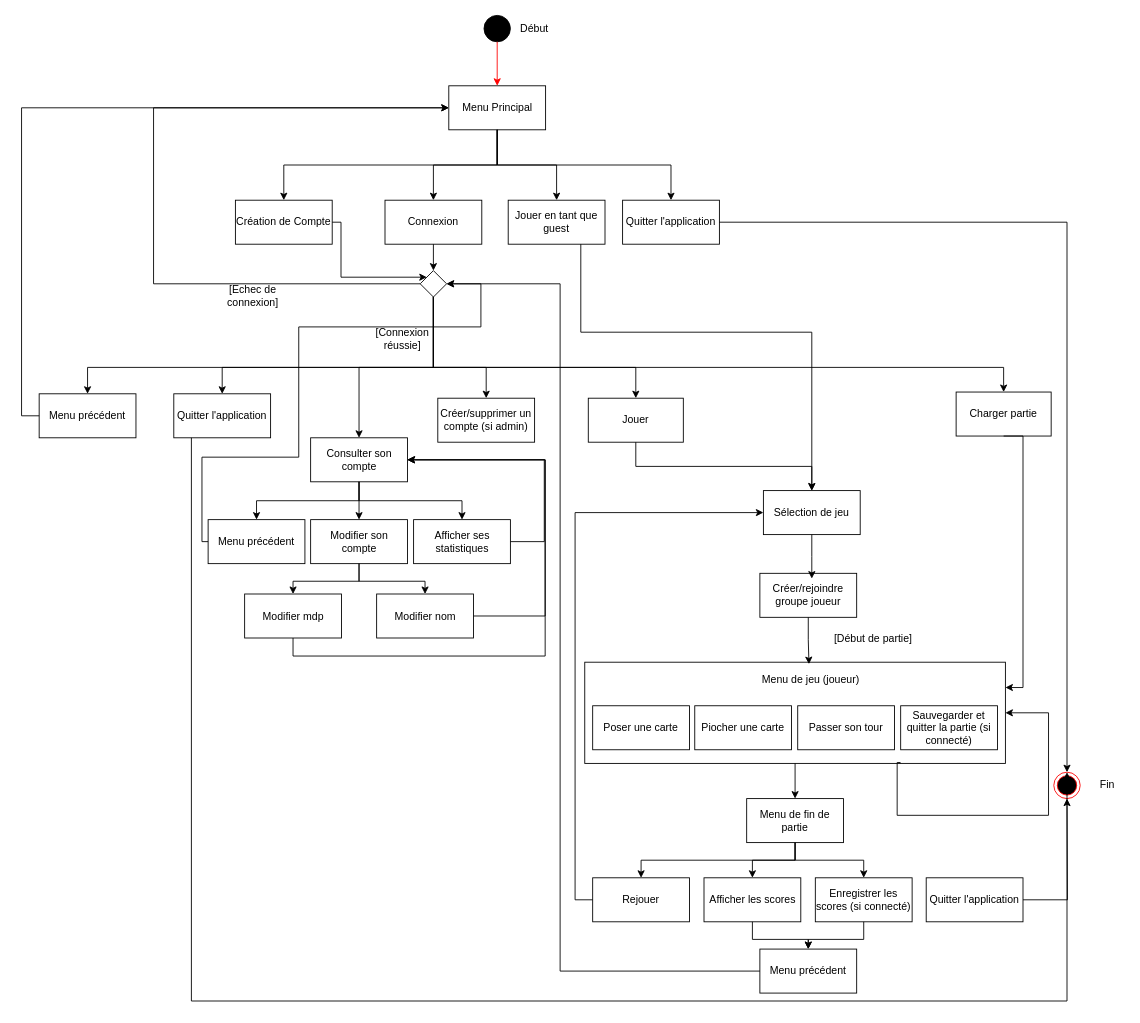
The draw.io diagram Diagrams/Activity Diagram.drawio in MailineN/ProjetInfo2A, before the edit. Source tidied: cells renumbered, new cells numbered last; positions are measured from the earlier drawing's top-left corner, leaving out a move shared by most shapes. Both pictures are drawn from the tidied source at 88%, with x=0, y=0 at pixel (39, 15).
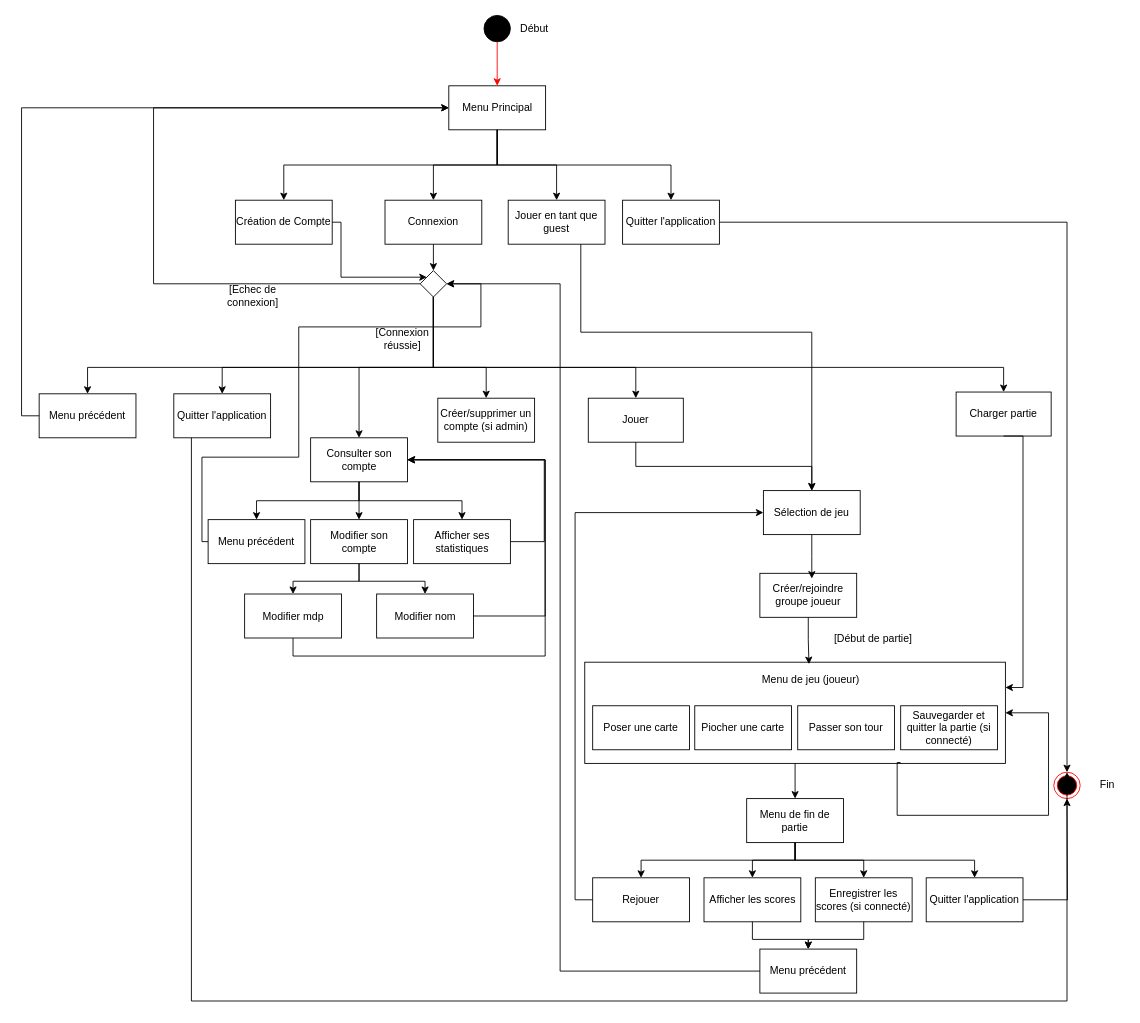
Above is the later version.

Unchanged cells that the change refers to:
```xml
<mxCell id="33" value="Menu de fin de partie" style="rounded=0;whiteSpace=wrap;html=1;fillColor=none;" parent="1" vertex="1">
  <mxGeometry x="804" y="890" width="110" height="50" as="geometry" />
</mxCell>
<mxCell id="41" value="Quitter l'application" style="rounded=0;whiteSpace=wrap;html=1;fillColor=none;" parent="1" vertex="1">
  <mxGeometry x="1008" y="980" width="110" height="50" as="geometry" />
</mxCell>
```

Change to the diagram source:
```diff
@@
+    <mxCell id="81" style="edgeStyle=orthogonalEdgeStyle;rounded=0;jettySize=auto;html=1;exitX=0.5;exitY=1;exitDx=0;exitDy=0;" parent="1" edge="1" source="33" target="41">
+      <mxGeometry relative="1" as="geometry" />
+    </mxCell>
```
